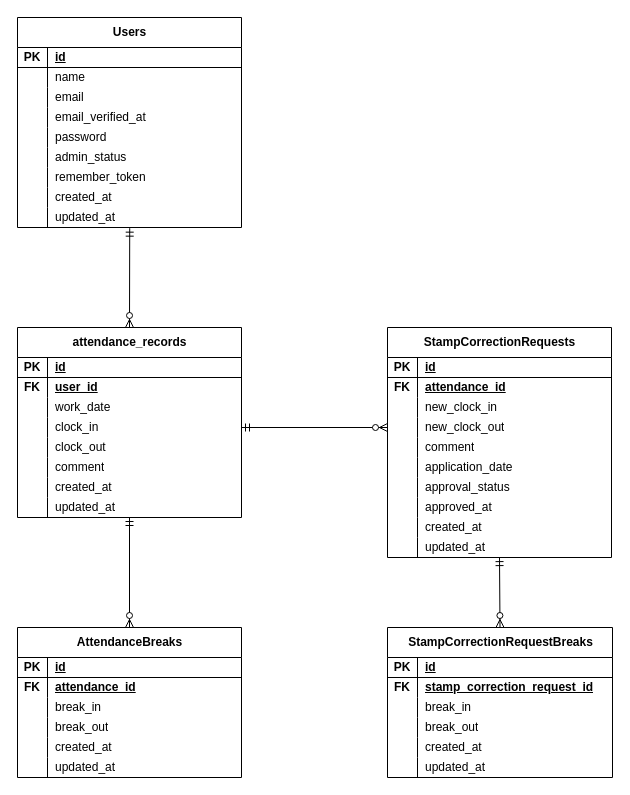
The draw.io diagram er.drawio in kuboyuina0601/attendance-app, before the edit. Source tidied: cells renumbered, new cells numbered last; positions are measured from the earlier drawing's top-left corner, leaving out a move shared by most shapes. Both pictures are drawn from the tidied source at 100%, with x=0, y=0 at pixel (17, 17).
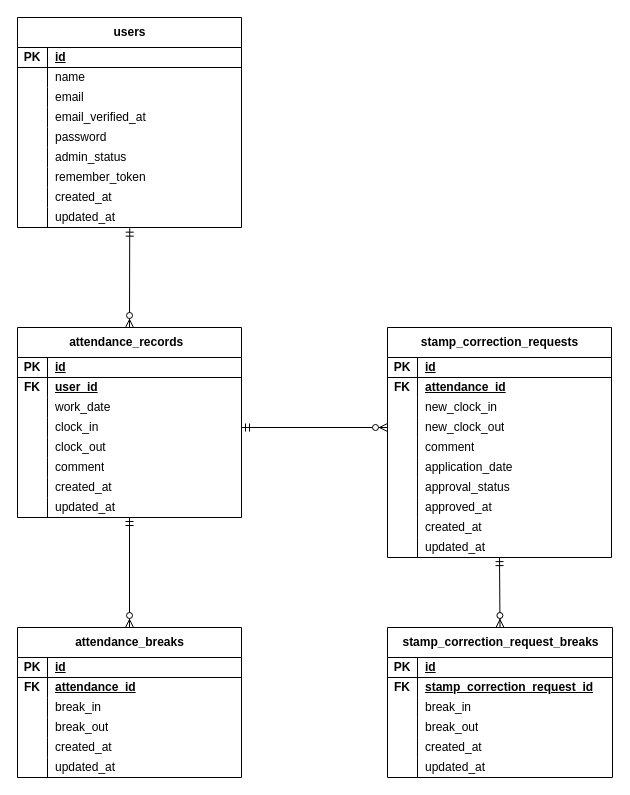
After the change.

The change refers to these unchanged cells:
```xml
<mxCell id="27" style="shape=tableRow;horizontal=0;startSize=0;swimlaneHead=0;swimlaneBody=0;fillColor=none;points=[[0,0.5],[1,0.5]];portConstraint=eastwest;top=0;left=0;right=0;bottom=0;" parent="2" vertex="1">
  <mxGeometry y="190" width="224" height="20" as="geometry" />
</mxCell>
```

Change to the diagram source:
```diff
@@
-    <mxCell id="2" value="Users" style="shape=table;startSize=30;childLayout=tableLayout;rowLines=0;fontStyle=1;align=center;html=1;" parent="1" vertex="1">
+    <mxCell id="2" value="users" style="shape=table;startSize=30;childLayout=tableLayout;rowLines=0;fontStyle=1;align=center;html=1;" parent="1" vertex="1">
       <mxGeometry width="224" height="210" as="geometry" />
     </mxCell>
@@
-    <mxCell id="29" value="updated_at" style="shape=partialRectangle;fillColor=none;top=0;left=0;bottom=0;right=0;align=left;spacingLeft=6;overflow=hidden;whiteSpace=wrap;html=1;" parent="27" vertex="1">
+    <mxCell id="29" value="&lt;span style=&quot;color: rgb(0, 0, 0);&quot;&gt;updated_at&lt;/span&gt; " style="shape=partialRectangle;fillColor=none;top=0;left=0;bottom=0;right=0;align=left;spacingLeft=6;overflow=hidden;whiteSpace=wrap;html=1;" parent="27" vertex="1">
       <mxGeometry x="30" width="194" height="20" as="geometry" />
     </mxCell>
-    <mxCell id="30" value="attendance_records" style="shape=table;startSize=30;childLayout=tableLayout;rowLines=0;fontStyle=1;align=center;html=1;" parent="1" vertex="1">
+    <mxCell id="30" value="attendance_records &amp;nbsp; " style="shape=table;startSize=30;childLayout=tableLayout;rowLines=0;fontStyle=1;align=center;html=1;" parent="1" vertex="1">
       <mxGeometry y="310" width="224" height="190" as="geometry" />
     </mxCell>
@@
-    <mxCell id="55" value="AttendanceBreaks" style="shape=table;startSize=30;childLayout=tableLayout;rowLines=0;fontStyle=1;align=center;html=1;strokeColor=default;verticalAlign=middle;fontFamily=Helvetica;fontSize=12;fontColor=default;fillColor=default;" parent="1" vertex="1">
+    <mxCell id="55" value="attendance_breaks" style="shape=table;startSize=30;childLayout=tableLayout;rowLines=0;fontStyle=1;align=center;html=1;strokeColor=default;verticalAlign=middle;fontFamily=Helvetica;fontSize=12;fontColor=default;fillColor=default;" parent="1" vertex="1">
       <mxGeometry y="610" width="224" height="150" as="geometry" />
     </mxCell>
@@
-    <mxCell id="74" value="StampCorrectionRequests" style="shape=table;startSize=30;childLayout=tableLayout;rowLines=0;fontStyle=1;align=center;html=1;" parent="1" vertex="1">
+    <mxCell id="74" value="stamp_correction_requests" style="shape=table;startSize=30;childLayout=tableLayout;rowLines=0;fontStyle=1;align=center;html=1;" parent="1" vertex="1">
       <mxGeometry x="370" y="310" width="224" height="230" as="geometry" />
     </mxCell>
@@
-    <mxCell id="105" value="StampCorrectionRequestBreaks" style="shape=table;startSize=30;childLayout=tableLayout;rowLines=0;fontStyle=1;align=center;html=1;" parent="1" vertex="1">
+    <mxCell id="105" value="stamp_correction_request_breaks" style="shape=table;startSize=30;childLayout=tableLayout;rowLines=0;fontStyle=1;align=center;html=1;" parent="1" vertex="1">
       <mxGeometry x="370" y="610" width="225" height="150" as="geometry" />
     </mxCell>
```
